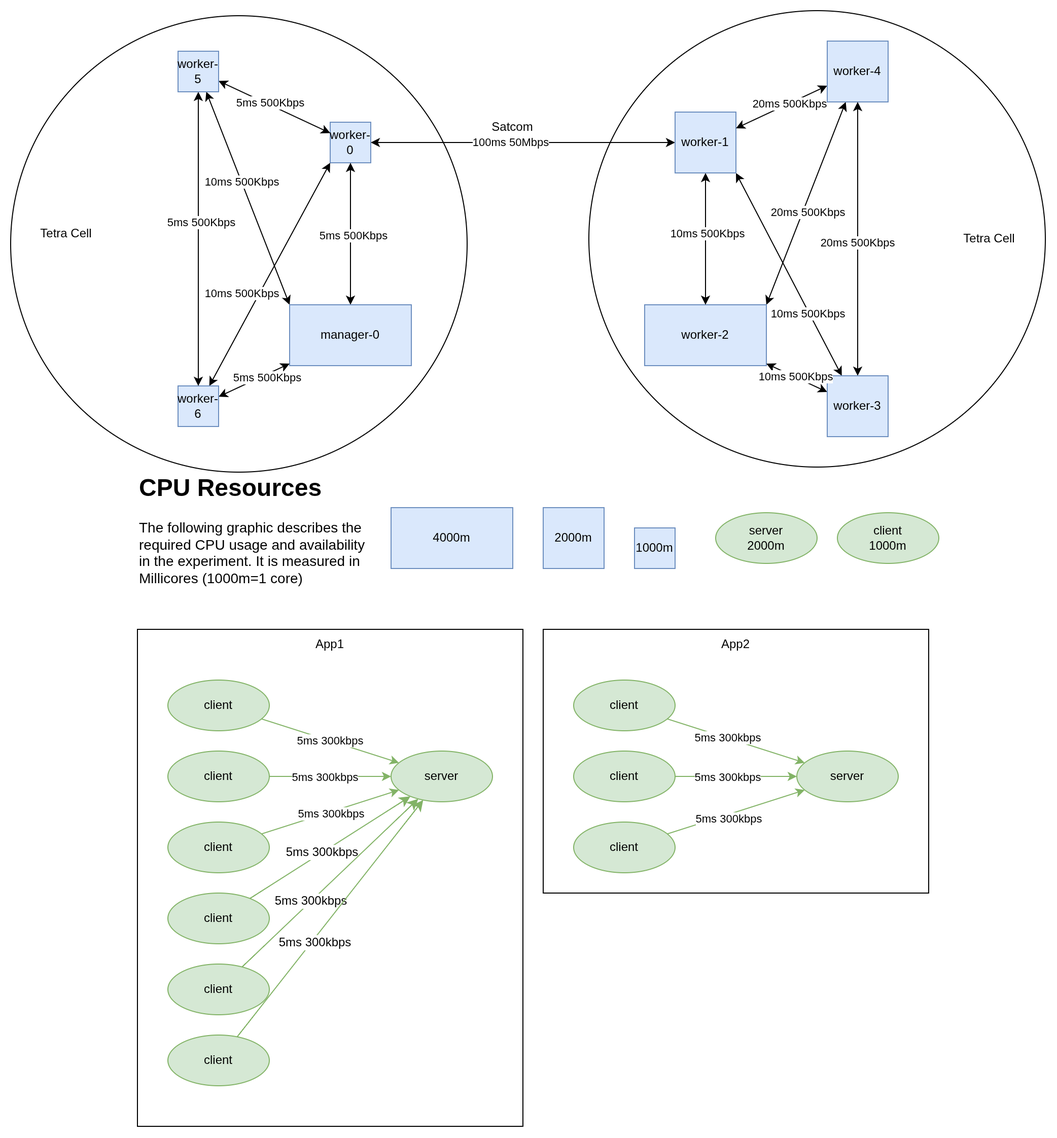
The draw.io diagram emulator/exp-5/setup.drawio.png in kr-0-n/k8_scheduler_experiments, before a commit. Source tidied: cells renumbered, new cells last; positions are measured from the earlier drawing's top-left corner, leaving out a move shared by most shapes.
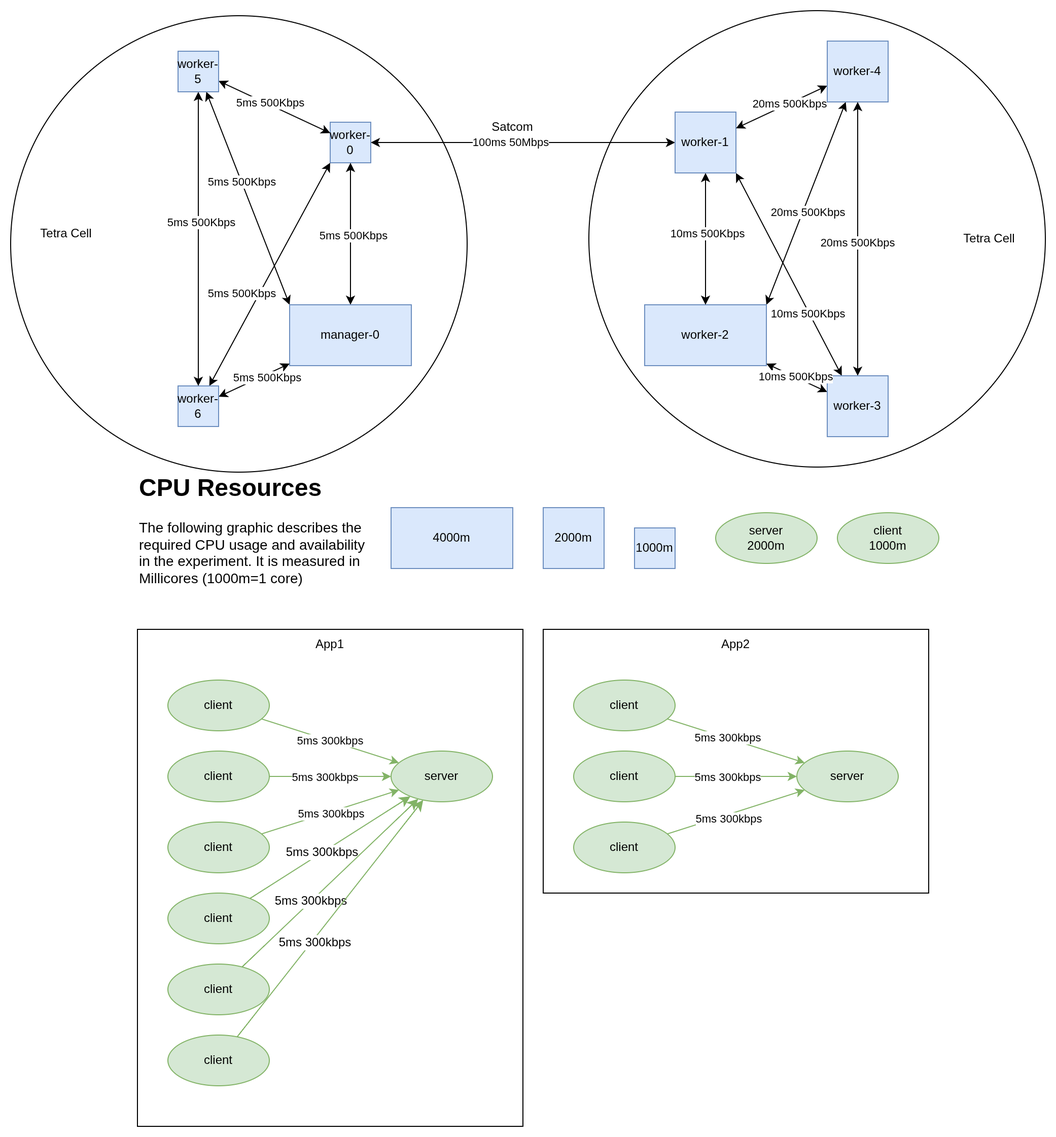
After the commit.

The edit, as a diff of the source:
```diff
@@ -219,7 +219,7 @@
     <mxCell id="64" value="Tetra Cell" style="text;html=1;whiteSpace=wrap;strokeColor=none;fillColor=none;align=center;verticalAlign=middle;rounded=0;" parent="1" vertex="1">
       <mxGeometry x="935" y="210" width="60" height="30" as="geometry" />
     </mxCell>
-    <mxCell id="65" value="10ms 500Kbps" style="edgeLabel;html=1;align=center;verticalAlign=middle;" parent="1" vertex="1">
+    <mxCell id="65" value="5ms 500Kbps" style="edgeLabel;html=1;align=center;verticalAlign=middle;" parent="1" vertex="1">
       <mxGeometry x="225" y="280" as="geometry">
         <mxPoint x="2" y="-2" as="offset" />
       </mxGeometry>
@@ -229,7 +229,7 @@
         <mxPoint x="2" y="-2" as="offset" />
       </mxGeometry>
     </mxCell>
-    <mxCell id="67" value="10ms 500Kbps" style="edgeLabel;html=1;align=center;verticalAlign=middle;" parent="1" vertex="1">
+    <mxCell id="67" value="5ms 500Kbps" style="edgeLabel;html=1;align=center;verticalAlign=middle;" parent="1" vertex="1">
       <mxGeometry x="225" y="170" as="geometry">
         <mxPoint x="2" y="-2" as="offset" />
       </mxGeometry>
```
